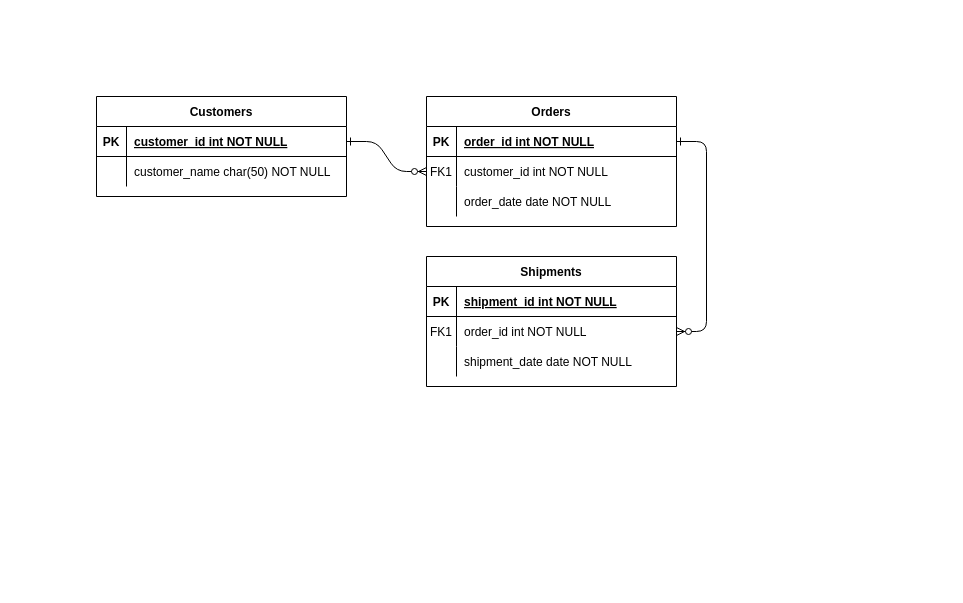
Above: er/Untitled Diagram.drawio in agrowein/database-project (draw.io), before the change. Source tidied: cells renumbered, new cells numbered last; positions are measured from the earlier drawing's top-left corner, leaving out a move shared by most shapes. Both pictures are drawn from the tidied source at 100%, with x=0, y=0 at pixel (96, 96).
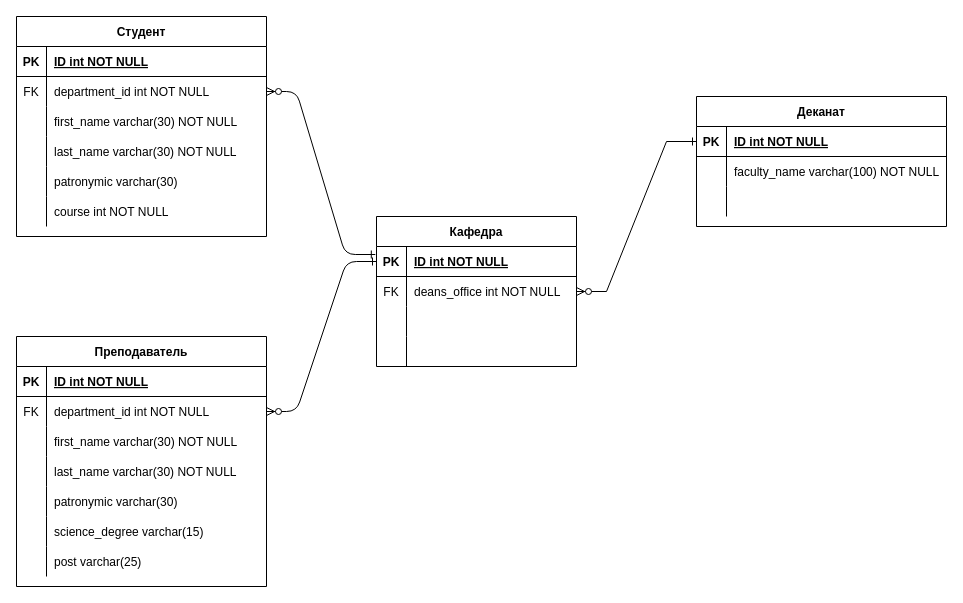
After the change.

The change refers to these unchanged cells:
```xml
<mxCell id="5" style="shape=partialRectangle;fillColor=none;points=[[0,0.5],[1,0.5]];portConstraint=eastwest;top=0;left=0;right=0;bottom=1;" parent="4" vertex="1">
  <mxGeometry y="30" width="250" height="30" as="geometry" />
</mxCell>
<mxCell id="8" style="shape=partialRectangle;fillColor=none;points=[[0,0.5],[1,0.5]];portConstraint=eastwest;top=0;left=0;right=0;bottom=0;" parent="4" vertex="1">
  <mxGeometry y="60" width="250" height="30" as="geometry" />
</mxCell>
<mxCell id="11" style="shape=partialRectangle;fillColor=none;top=0;left=0;right=0;bottom=0;" parent="4" vertex="1">
  <mxGeometry y="90" width="250" height="30" as="geometry" />
</mxCell>
<mxCell id="15" style="shape=partialRectangle;fillColor=none;top=0;left=0;right=0;bottom=1;" parent="14" vertex="1">
  <mxGeometry y="30" width="250" height="30" as="geometry" />
</mxCell>
<mxCell id="18" style="shape=partialRectangle;fillColor=none;points=[[0,0.5],[1,0.5]];portConstraint=eastwest;top=0;left=0;right=0;bottom=0;" parent="14" vertex="1">
  <mxGeometry y="60" width="250" height="30" as="geometry" />
</mxCell>
<mxCell id="21" style="shape=partialRectangle;fillColor=none;top=0;left=0;right=0;bottom=0;" parent="14" vertex="1">
  <mxGeometry y="90" width="250" height="30" as="geometry" />
</mxCell>
<mxCell id="25" style="shape=partialRectangle;fillColor=none;points=[[0,0.5],[1,0.5]];portConstraint=eastwest;top=0;left=0;right=0;bottom=1;" parent="24" vertex="1">
  <mxGeometry y="30" width="250" height="30" as="geometry" />
</mxCell>
<mxCell id="28" style="shape=partialRectangle;fillColor=none;points=[[0,0.5],[1,0.5]];portConstraint=eastwest;top=0;left=0;right=0;bottom=0;" parent="24" vertex="1">
  <mxGeometry y="60" width="250" height="30" as="geometry" />
</mxCell>
```

The edit, as a diff of the source:
```diff
@@
-    <mxCell id="2" style="edgeStyle=entityRelationEdgeStyle;endArrow=ERzeroToMany;startArrow=ERone;endFill=1;startFill=0;" parent="1" edge="1" source="25" target="8">
+    <mxCell id="2" style="edgeStyle=entityRelationEdgeStyle;endArrow=ERone;startArrow=ERzeroToMany;endFill=0;startFill=1;exitX=1;exitY=0.5;exitDx=0;exitDy=0;entryX=-0.006;entryY=0.267;entryDx=0;entryDy=0;entryPerimeter=0;" parent="1" edge="1" source="28" target="56">
       <mxGeometry relative="1" as="geometry" />
     </mxCell>
-    <mxCell id="3" style="edgeStyle=entityRelationEdgeStyle;endArrow=ERzeroToMany;startArrow=ERone;endFill=1;startFill=0;" parent="1" edge="1" source="5" target="18">
+    <mxCell id="3" style="edgeStyle=entityRelationEdgeStyle;endArrow=ERzeroToMany;startArrow=ERone;endFill=1;startFill=0;exitX=0;exitY=0.5;exitDx=0;exitDy=0;" parent="1" edge="1" source="56" target="18">
       <mxGeometry relative="1" as="geometry" />
     </mxCell>
-    <mxCell id="4" value="Orders" style="shape=table;startSize=30;childLayout=tableLayout;rowLines=0;fontStyle=1;align=center;" parent="1" vertex="1">
-      <mxGeometry x="330" width="250" height="130" as="geometry" />
+    <mxCell id="4" value="Деканат" style="shape=table;startSize=30;childLayout=tableLayout;rowLines=0;fontStyle=1;align=center;" parent="1" vertex="1">
+      <mxGeometry x="600" width="250" height="130" as="geometry" />
     </mxCell>
@@
-    <mxCell id="7" value="order_id int NOT NULL " style="shape=partialRectangle;overflow=hidden;fillColor=none;top=0;left=0;bottom=0;right=0;align=left;spacingLeft=6;fontStyle=5;" parent="5" vertex="1">
+    <mxCell id="7" value="ID int NOT NULL " style="shape=partialRectangle;overflow=hidden;fillColor=none;top=0;left=0;bottom=0;right=0;align=left;spacingLeft=6;fontStyle=5;" parent="5" vertex="1">
       <mxGeometry x="30" width="220" height="30" as="geometry" />
     </mxCell>
@@
-    <mxCell id="9" value="FK1" style="shape=partialRectangle;overflow=hidden;fillColor=none;top=0;left=0;bottom=0;right=0;" parent="8" vertex="1">
+    <mxCell id="9" style="shape=partialRectangle;overflow=hidden;fillColor=none;top=0;left=0;bottom=0;right=0;" parent="8" vertex="1">
       <mxGeometry width="30" height="30" as="geometry" />
     </mxCell>
-    <mxCell id="10" value="customer_id int NOT NULL" style="shape=partialRectangle;overflow=hidden;fillColor=none;top=0;left=0;bottom=0;right=0;align=left;spacingLeft=6;" parent="8" vertex="1">
+    <mxCell id="10" value="faculty_name varchar(100) NOT NULL" style="shape=partialRectangle;overflow=hidden;fillColor=none;top=0;left=0;bottom=0;right=0;align=left;spacingLeft=6;" parent="8" vertex="1">
       <mxGeometry x="30" width="220" height="30" as="geometry" />
     </mxCell>
@@
-    <mxCell id="13" value="order_date date NOT NULL" style="shape=partialRectangle;overflow=hidden;fillColor=none;top=0;left=0;bottom=0;right=0;align=left;spacingLeft=6;" parent="11" vertex="1">
+    <mxCell id="13" style="shape=partialRectangle;overflow=hidden;fillColor=none;top=0;left=0;bottom=0;right=0;align=left;spacingLeft=6;" parent="11" vertex="1">
       <mxGeometry x="30" width="220" height="30" as="geometry" />
     </mxCell>
-    <mxCell id="14" value="Shipments" style="shape=table;startSize=30;childLayout=tableLayout;rowLines=0;fontStyle=1;align=center;" parent="1" vertex="1">
-      <mxGeometry x="330" y="160" width="250" height="130" as="geometry" />
+    <mxCell id="14" value="Преподаватель" style="shape=table;startSize=30;childLayout=tableLayout;rowLines=0;fontStyle=1;align=center;" parent="1" vertex="1">
+      <mxGeometry x="-80" y="240" width="250" height="250" as="geometry" />
     </mxCell>
@@
-    <mxCell id="17" value="shipment_id int NOT NULL " style="shape=partialRectangle;overflow=hidden;fillColor=none;top=0;left=0;bottom=0;right=0;align=left;spacingLeft=6;fontStyle=5;" parent="15" vertex="1">
+    <mxCell id="17" value="ID int NOT NULL " style="shape=partialRectangle;overflow=hidden;fillColor=none;top=0;left=0;bottom=0;right=0;align=left;spacingLeft=6;fontStyle=5;" parent="15" vertex="1">
       <mxGeometry x="30" width="220" height="30" as="geometry" />
     </mxCell>
@@
-    <mxCell id="19" value="FK1" style="shape=partialRectangle;overflow=hidden;fillColor=none;top=0;left=0;bottom=0;right=0;" parent="18" vertex="1">
+    <mxCell id="19" value="FK" style="shape=partialRectangle;overflow=hidden;fillColor=none;top=0;left=0;bottom=0;right=0;" parent="18" vertex="1">
       <mxGeometry width="30" height="30" as="geometry" />
     </mxCell>
-    <mxCell id="20" value="order_id int NOT NULL" style="shape=partialRectangle;overflow=hidden;fillColor=none;top=0;left=0;bottom=0;right=0;align=left;spacingLeft=6;" parent="18" vertex="1">
+    <mxCell id="20" value="department_id int NOT NULL" style="shape=partialRectangle;overflow=hidden;fillColor=none;top=0;left=0;bottom=0;right=0;align=left;spacingLeft=6;" parent="18" vertex="1">
       <mxGeometry x="30" width="220" height="30" as="geometry" />
     </mxCell>
@@
-    <mxCell id="23" value="shipment_date date NOT NULL" style="shape=partialRectangle;overflow=hidden;fillColor=none;top=0;left=0;bottom=0;right=0;align=left;spacingLeft=6;" parent="21" vertex="1">
+    <mxCell id="23" value="first_name varchar(30) NOT NULL" style="shape=partialRectangle;overflow=hidden;fillColor=none;top=0;left=0;bottom=0;right=0;align=left;spacingLeft=6;" parent="21" vertex="1">
       <mxGeometry x="30" width="220" height="30" as="geometry" />
     </mxCell>
+    <mxCell id="31" style="shape=partialRectangle;fillColor=none;top=0;left=0;bottom=0;right=0;" parent="14" vertex="1">
+      <mxGeometry y="120" width="250" height="30" as="geometry" />
+    </mxCell>
+    <mxCell id="32" style="shape=partialRectangle;fillColor=none;top=0;left=0;bottom=0;right=0;overflow=hidden;" parent="31" vertex="1">
+      <mxGeometry width="30" height="30" as="geometry" />
+    </mxCell>
+    <mxCell id="33" value="last_name varchar(30) NOT NULL" style="shape=partialRectangle;fillColor=none;top=0;left=0;bottom=0;right=0;align=left;spacingLeft=6;overflow=hidden;" parent="31" vertex="1">
+      <mxGeometry x="30" width="220" height="30" as="geometry" />
+    </mxCell>
+    <mxCell id="34" style="shape=partialRectangle;fillColor=none;top=0;left=0;bottom=0;right=0;" parent="14" vertex="1">
+      <mxGeometry y="150" width="250" height="30" as="geometry" />
+    </mxCell>
+    <mxCell id="35" style="shape=partialRectangle;fillColor=none;top=0;left=0;bottom=0;right=0;overflow=hidden;" parent="34" vertex="1">
+      <mxGeometry width="30" height="30" as="geometry" />
+    </mxCell>
+    <mxCell id="36" value="patronymic varchar(30) " style="shape=partialRectangle;fillColor=none;top=0;left=0;bottom=0;right=0;align=left;spacingLeft=6;overflow=hidden;" parent="34" vertex="1">
+      <mxGeometry x="30" width="220" height="30" as="geometry" />
+    </mxCell>
+    <mxCell id="37" style="shape=partialRectangle;fillColor=none;top=0;left=0;bottom=0;right=0;" parent="14" vertex="1">
+      <mxGeometry y="180" width="250" height="30" as="geometry" />
+    </mxCell>
+    <mxCell id="38" style="shape=partialRectangle;fillColor=none;top=0;left=0;bottom=0;right=0;overflow=hidden;" parent="37" vertex="1">
+      <mxGeometry width="30" height="30" as="geometry" />
+    </mxCell>
+    <mxCell id="39" value="science_degree varchar(15)" style="shape=partialRectangle;fillColor=none;top=0;left=0;bottom=0;right=0;align=left;spacingLeft=6;overflow=hidden;" parent="37" vertex="1">
+      <mxGeometry x="30" width="220" height="30" as="geometry" />
+    </mxCell>
+    <mxCell id="40" style="shape=partialRectangle;fillColor=none;top=0;left=0;bottom=0;right=0;" parent="14" vertex="1">
+      <mxGeometry y="210" width="250" height="30" as="geometry" />
+    </mxCell>
+    <mxCell id="41" style="shape=partialRectangle;fillColor=none;top=0;left=0;bottom=0;right=0;overflow=hidden;" parent="40" vertex="1">
+      <mxGeometry width="30" height="30" as="geometry" />
+    </mxCell>
+    <mxCell id="42" value="post varchar(25)" style="shape=partialRectangle;fillColor=none;top=0;left=0;bottom=0;right=0;align=left;spacingLeft=6;overflow=hidden;" parent="40" vertex="1">
+      <mxGeometry x="30" width="220" height="30" as="geometry" />
+    </mxCell>
-    <mxCell id="24" value="Customers" style="shape=table;startSize=30;childLayout=tableLayout;rowLines=0;fontStyle=1;align=center;" parent="1" vertex="1">
-      <mxGeometry width="250" height="100" as="geometry" />
+    <mxCell id="24" value="Студент" style="shape=table;startSize=30;childLayout=tableLayout;rowLines=0;fontStyle=1;align=center;" parent="1" vertex="1">
+      <mxGeometry x="-80" y="-80" width="250" height="220" as="geometry" />
     </mxCell>
@@
-    <mxCell id="27" value="customer_id int NOT NULL " style="shape=partialRectangle;overflow=hidden;fillColor=none;top=0;left=0;bottom=0;right=0;align=left;spacingLeft=6;fontStyle=5;" parent="25" vertex="1">
+    <mxCell id="27" value="ID int NOT NULL " style="shape=partialRectangle;overflow=hidden;fillColor=none;top=0;left=0;bottom=0;right=0;align=left;spacingLeft=6;fontStyle=5;" parent="25" vertex="1">
       <mxGeometry x="30" width="220" height="30" as="geometry" />
     </mxCell>
@@
-    <mxCell id="29" style="shape=partialRectangle;overflow=hidden;fillColor=none;top=0;left=0;bottom=0;right=0;" parent="28" vertex="1">
+    <mxCell id="29" value="FK" style="shape=partialRectangle;overflow=hidden;fillColor=none;top=0;left=0;bottom=0;right=0;" parent="28" vertex="1">
       <mxGeometry width="30" height="30" as="geometry" />
     </mxCell>
-    <mxCell id="30" value="customer_name char(50) NOT NULL" style="shape=partialRectangle;overflow=hidden;fillColor=none;top=0;left=0;bottom=0;right=0;align=left;spacingLeft=6;" parent="28" vertex="1">
+    <mxCell id="30" value="department_id int NOT NULL" style="shape=partialRectangle;overflow=hidden;fillColor=none;top=0;left=0;bottom=0;right=0;align=left;spacingLeft=6;" parent="28" vertex="1">
       <mxGeometry x="30" width="220" height="30" as="geometry" />
     </mxCell>
+    <mxCell id="43" style="shape=partialRectangle;fillColor=none;top=0;left=0;bottom=0;right=0;" parent="24" vertex="1">
+      <mxGeometry y="90" width="250" height="30" as="geometry" />
+    </mxCell>
+    <mxCell id="44" style="shape=partialRectangle;fillColor=none;top=0;left=0;bottom=0;right=0;overflow=hidden;" parent="43" vertex="1">
+      <mxGeometry width="30" height="30" as="geometry" />
+    </mxCell>
+    <mxCell id="45" value="first_name varchar(30) NOT NULL" style="shape=partialRectangle;fillColor=none;top=0;left=0;bottom=0;right=0;align=left;spacingLeft=6;overflow=hidden;" parent="43" vertex="1">
+      <mxGeometry x="30" width="220" height="30" as="geometry" />
+    </mxCell>
+    <mxCell id="46" style="shape=partialRectangle;fillColor=none;top=0;left=0;bottom=0;right=0;" parent="24" vertex="1">
+      <mxGeometry y="120" width="250" height="30" as="geometry" />
+    </mxCell>
+    <mxCell id="47" style="shape=partialRectangle;fillColor=none;top=0;left=0;bottom=0;right=0;overflow=hidden;" parent="46" vertex="1">
+      <mxGeometry width="30" height="30" as="geometry" />
+    </mxCell>
+    <mxCell id="48" value="last_name varchar(30) NOT NULL" style="shape=partialRectangle;fillColor=none;top=0;left=0;bottom=0;right=0;align=left;spacingLeft=6;overflow=hidden;" parent="46" vertex="1">
+      <mxGeometry x="30" width="220" height="30" as="geometry" />
+    </mxCell>
+    <mxCell id="49" style="shape=partialRectangle;fillColor=none;top=0;left=0;bottom=0;right=0;" parent="24" vertex="1">
+      <mxGeometry y="150" width="250" height="30" as="geometry" />
+    </mxCell>
+    <mxCell id="50" style="shape=partialRectangle;fillColor=none;top=0;left=0;bottom=0;right=0;overflow=hidden;" parent="49" vertex="1">
+      <mxGeometry width="30" height="30" as="geometry" />
+    </mxCell>
+    <mxCell id="51" value="patronymic varchar(30)" style="shape=partialRectangle;fillColor=none;top=0;left=0;bottom=0;right=0;align=left;spacingLeft=6;overflow=hidden;" parent="49" vertex="1">
+      <mxGeometry x="30" width="220" height="30" as="geometry" />
+    </mxCell>
+    <mxCell id="52" style="shape=partialRectangle;fillColor=none;top=0;left=0;bottom=0;right=0;" parent="24" vertex="1">
+      <mxGeometry y="180" width="250" height="30" as="geometry" />
+    </mxCell>
+    <mxCell id="53" style="shape=partialRectangle;fillColor=none;top=0;left=0;bottom=0;right=0;overflow=hidden;" parent="52" vertex="1">
+      <mxGeometry width="30" height="30" as="geometry" />
+    </mxCell>
+    <mxCell id="54" value="course int NOT NULL" style="shape=partialRectangle;fillColor=none;top=0;left=0;bottom=0;right=0;align=left;spacingLeft=6;overflow=hidden;" parent="52" vertex="1">
+      <mxGeometry x="30" width="220" height="30" as="geometry" />
+    </mxCell>
+    <mxCell id="55" value="Кафедра" style="shape=table;startSize=30;childLayout=tableLayout;rowLines=0;fontStyle=1;align=center;" parent="1" vertex="1">
+      <mxGeometry x="280" y="120" width="200" height="150" as="geometry" />
+    </mxCell>
+    <mxCell id="56" style="shape=partialRectangle;fillColor=none;top=0;left=0;bottom=1;right=0;points=[[0,0.5],[1,0.5]];portConstraint=eastwest;" parent="55" vertex="1">
+      <mxGeometry y="30" width="200" height="30" as="geometry" />
+    </mxCell>
+    <mxCell id="57" value="PK" style="shape=partialRectangle;fillColor=none;top=0;left=0;bottom=0;right=0;fontStyle=1;overflow=hidden;" parent="56" vertex="1">
+      <mxGeometry width="30" height="30" as="geometry" />
+    </mxCell>
+    <mxCell id="58" value="ID int NOT NULL" style="shape=partialRectangle;fillColor=none;top=0;left=0;bottom=0;right=0;align=left;spacingLeft=6;fontStyle=5;overflow=hidden;" parent="56" vertex="1">
+      <mxGeometry x="30" width="170" height="30" as="geometry" />
+    </mxCell>
+    <mxCell id="59" style="shape=partialRectangle;fillColor=none;top=0;left=0;bottom=0;right=0;points=[[0,0.5],[1,0.5]];portConstraint=eastwest;" parent="55" vertex="1">
+      <mxGeometry y="60" width="200" height="30" as="geometry" />
+    </mxCell>
+    <mxCell id="60" value="FK" style="shape=partialRectangle;fillColor=none;top=0;left=0;bottom=0;right=0;overflow=hidden;" parent="59" vertex="1">
+      <mxGeometry width="30" height="30" as="geometry" />
+    </mxCell>
+    <mxCell id="61" value="deans_office int NOT NULL" style="shape=partialRectangle;fillColor=none;top=0;left=0;bottom=0;right=0;align=left;spacingLeft=6;overflow=hidden;" parent="59" vertex="1">
+      <mxGeometry x="30" width="170" height="30" as="geometry" />
+    </mxCell>
+    <mxCell id="62" style="shape=partialRectangle;fillColor=none;top=0;left=0;bottom=0;right=0;" parent="55" vertex="1">
+      <mxGeometry y="90" width="200" height="30" as="geometry" />
+    </mxCell>
+    <mxCell id="63" style="shape=partialRectangle;fillColor=none;top=0;left=0;bottom=0;right=0;overflow=hidden;" parent="62" vertex="1">
+      <mxGeometry width="30" height="30" as="geometry" />
+    </mxCell>
+    <mxCell id="64" style="shape=partialRectangle;fillColor=none;top=0;left=0;bottom=0;right=0;align=left;spacingLeft=6;overflow=hidden;" parent="62" vertex="1">
+      <mxGeometry x="30" width="170" height="30" as="geometry" />
+    </mxCell>
+    <mxCell id="65" style="shape=partialRectangle;fillColor=none;top=0;left=0;bottom=0;right=0;" parent="55" vertex="1">
+      <mxGeometry y="120" width="200" height="30" as="geometry" />
+    </mxCell>
+    <mxCell id="66" style="shape=partialRectangle;fillColor=none;top=0;left=0;bottom=0;right=0;overflow=hidden;" parent="65" vertex="1">
+      <mxGeometry width="30" height="30" as="geometry" />
+    </mxCell>
+    <mxCell id="67" style="shape=partialRectangle;fillColor=none;top=0;left=0;bottom=0;right=0;align=left;spacingLeft=6;overflow=hidden;" parent="65" vertex="1">
+      <mxGeometry x="30" width="170" height="30" as="geometry" />
+    </mxCell>
+    <mxCell id="68" style="edgeStyle=entityRelationEdgeStyle;fontSize=12;html=1;endArrow=ERone;startArrow=ERzeroToMany;rounded=0;exitX=1;exitY=0.5;exitDx=0;exitDy=0;endFill=0;startFill=1;" parent="1" edge="1" source="59" target="5">
+      <mxGeometry relative="1" as="geometry" />
+    </mxCell>
```
